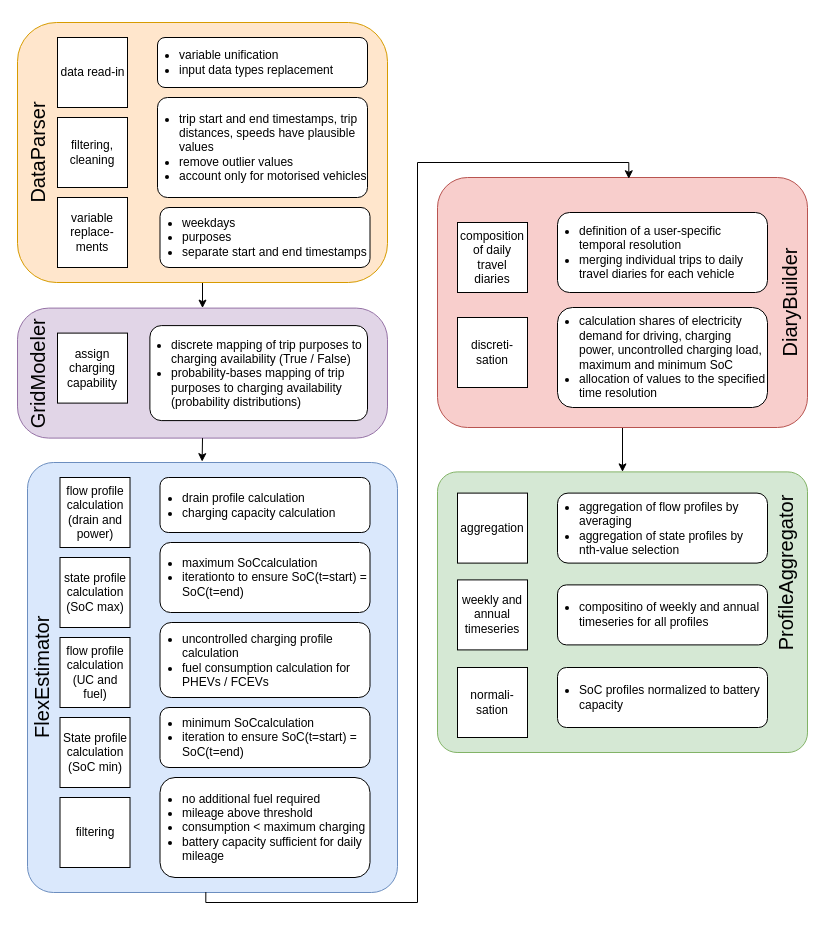
Earlier version of the draw.io diagram docs/figures/new_vencoPy_structure.drawio (areleu/vencopy). Source tidied: cells renumbered, new cells numbered last; positions are measured from the earlier drawing's top-left corner, leaving out a move shared by most shapes. Both pictures are drawn from the tidied source at 100%, with x=0, y=0 at pixel (-173, 22).
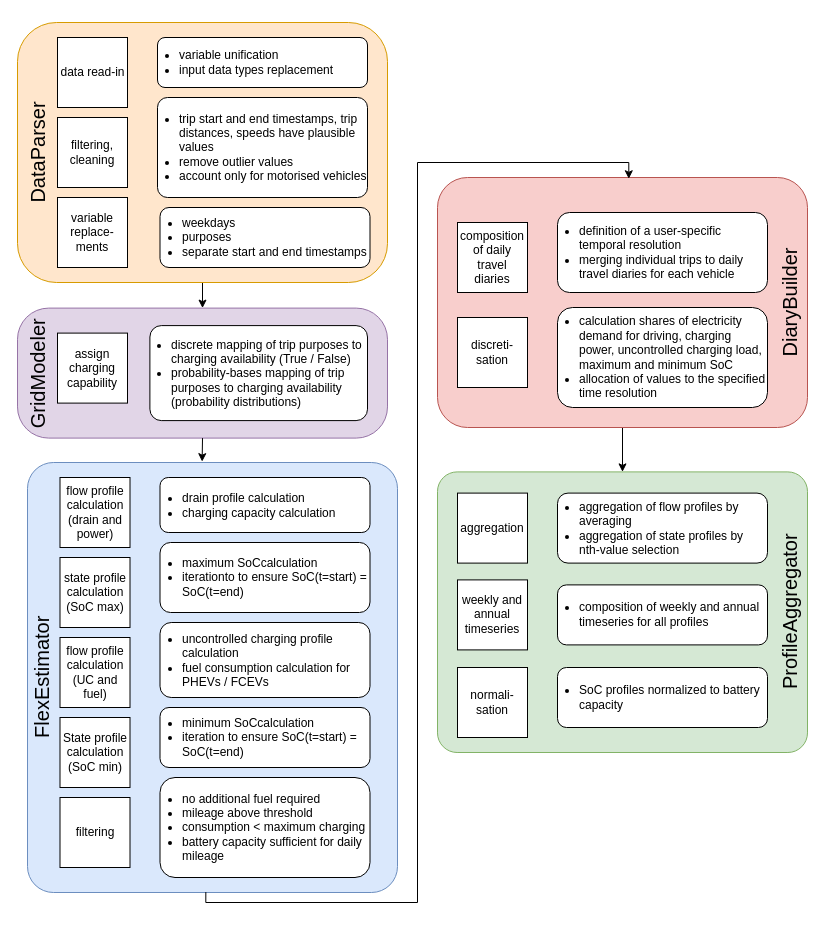
Above is the later version.

Change to the diagram source:
```diff
@@
     <mxCell id="34" value="ProfileAggregator" style="text;html=1;strokeColor=none;fillColor=none;align=center;verticalAlign=middle;whiteSpace=wrap;rounded=0;fontSize=20;rotation=270;" parent="1" vertex="1">
-      <mxGeometry x="870" y="540.6" width="174.8" height="20" as="geometry" />
+      <mxGeometry x="874.6" y="579.7" width="174.8" height="20" as="geometry" />
     </mxCell>
@@
-    <mxCell id="38" value="&lt;ul&gt;&lt;li&gt;compositino of weekly and annual&amp;nbsp; timeseries for all profiles&lt;/li&gt;&lt;/ul&gt;" style="rounded=1;whiteSpace=wrap;html=1;align=left;spacingLeft=-20;" parent="1" vertex="1">
+    <mxCell id="38" value="&lt;ul&gt;&lt;li&gt;composition of weekly and annual&amp;nbsp; timeseries for all profiles&lt;/li&gt;&lt;/ul&gt;" style="rounded=1;whiteSpace=wrap;html=1;align=left;spacingLeft=-20;" parent="1" vertex="1">
       <mxGeometry x="730" y="562.4" width="210" height="60" as="geometry" />
     </mxCell>
```
